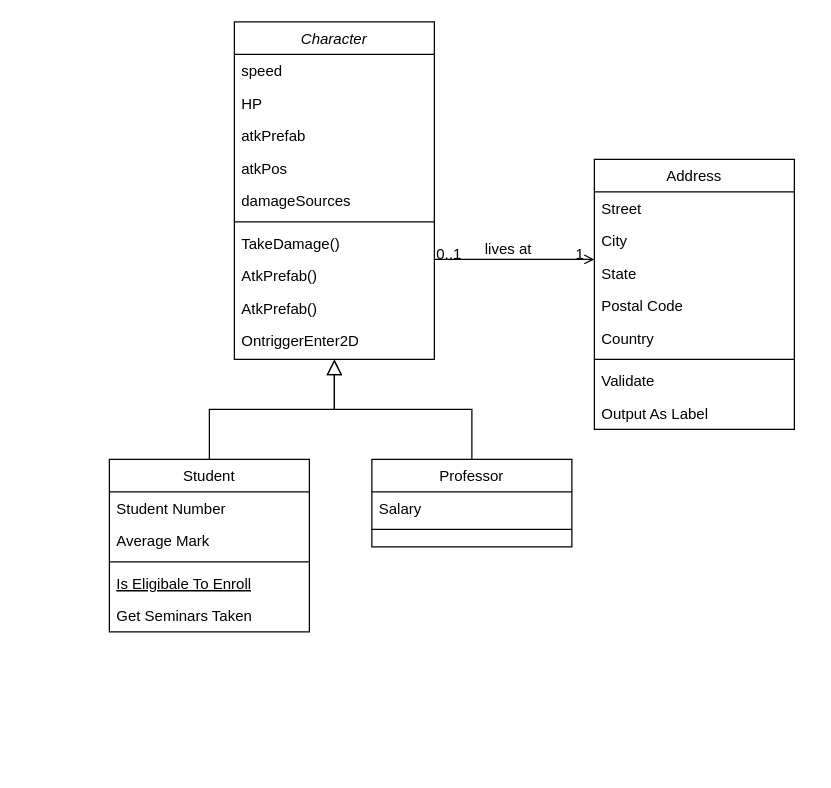
The draw.io diagram Untitled Diagram.drawio in asz3740/2DPlatformer, before the edit. Source tidied: cells renumbered, new cells numbered last; positions are measured from the earlier drawing's top-left corner, leaving out a move shared by most shapes. Both pictures are drawn from the tidied source at 125%, with x=0, y=0 at pixel (109, 21).
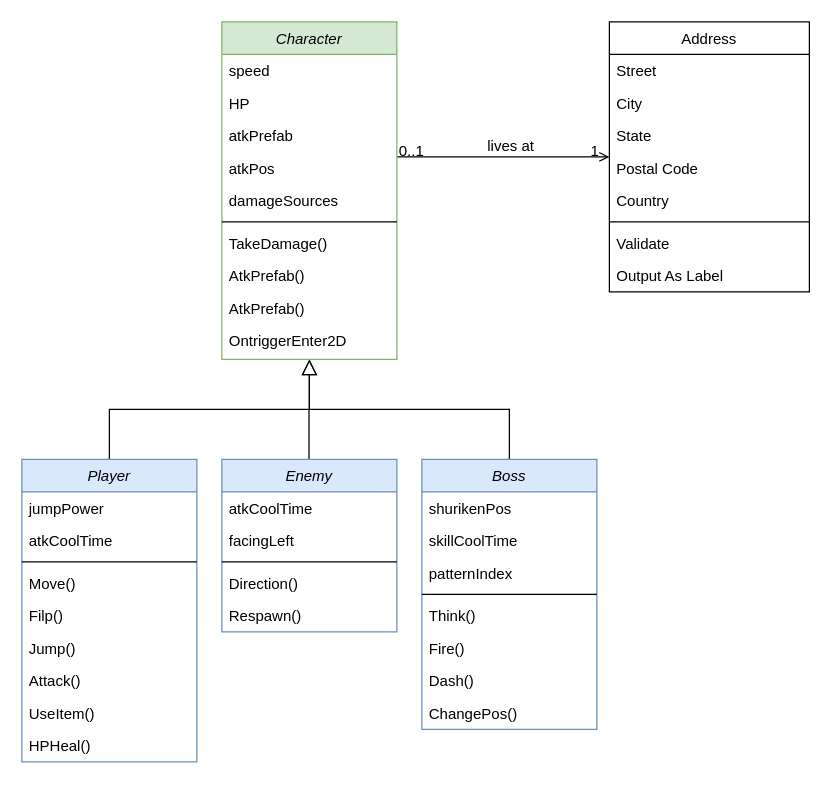
After the change.

Change to the diagram source:
```diff
@@
-    <mxCell id="2" value="Student" style="swimlane;fontStyle=0;align=center;verticalAlign=top;horizontal=1;startSize=26;rounded=0;shadow=0;strokeWidth=1;" parent="1" vertex="1">
-      <mxGeometry y="350" width="160" height="138" as="geometry" />
-    </mxCell>
-    <mxCell id="3" value="Student Number" style="text;align=left;verticalAlign=top;spacingLeft=4;spacingRight=4;overflow=hidden;" parent="2" vertex="1">
-      <mxGeometry y="26" width="160" height="26" as="geometry" />
-    </mxCell>
-    <mxCell id="4" value="Average Mark" style="text;align=left;verticalAlign=top;spacingLeft=4;spacingRight=4;overflow=hidden;rounded=0;shadow=0;html=0;" parent="2" vertex="1">
-      <mxGeometry y="52" width="160" height="26" as="geometry" />
-    </mxCell>
-    <mxCell id="5" style="line;html=1;strokeWidth=1;align=left;verticalAlign=middle;spacingTop=-1;spacingLeft=3;spacingRight=3;labelPosition=right;" parent="2" vertex="1">
-      <mxGeometry y="78" width="160" height="8" as="geometry" />
-    </mxCell>
-    <mxCell id="6" value="Is Eligibale To Enroll" style="text;align=left;verticalAlign=top;spacingLeft=4;spacingRight=4;overflow=hidden;fontStyle=4;" parent="2" vertex="1">
-      <mxGeometry y="86" width="160" height="26" as="geometry" />
-    </mxCell>
-    <mxCell id="7" value="Get Seminars Taken" style="text;align=left;verticalAlign=top;spacingLeft=4;spacingRight=4;overflow=hidden;" parent="2" vertex="1">
-      <mxGeometry y="112" width="160" height="26" as="geometry" />
-    </mxCell>
-    <mxCell id="8" style="endArrow=block;endSize=10;endFill=0;shadow=0;strokeWidth=1;rounded=0;edgeStyle=elbowEdgeStyle;elbow=vertical;" parent="1" edge="1" source="2" target="26">
-      <mxGeometry relative="1" as="geometry" />
+    <mxCell id="8" style="endArrow=block;endSize=10;endFill=0;shadow=0;strokeWidth=1;rounded=0;edgeStyle=elbowEdgeStyle;elbow=vertical;" parent="1" edge="1" source="45" target="26">
+      <mxGeometry relative="1" as="geometry">
+        <Array as="points">
+          <mxPoint y="310" />
+          <mxPoint x="10" y="310" />
+          <mxPoint x="5" y="310" />
+          <mxPoint x="5" y="320" />
+          <mxPoint y="310" />
+          <mxPoint x="165" y="310" />
+          <mxPoint x="165" y="300" />
+          <mxPoint x="180" y="310" />
+        </Array>
+      </mxGeometry>
     </mxCell>
-    <mxCell id="9" value="Professor" style="swimlane;fontStyle=0;align=center;verticalAlign=top;horizontal=1;startSize=26;rounded=0;shadow=0;strokeWidth=1;" parent="1" vertex="1">
-      <mxGeometry x="210" y="350" width="160" height="70" as="geometry" />
-    </mxCell>
-    <mxCell id="10" value="Salary" style="text;align=left;verticalAlign=top;spacingLeft=4;spacingRight=4;overflow=hidden;" parent="9" vertex="1">
-      <mxGeometry y="26" width="160" height="26" as="geometry" />
-    </mxCell>
-    <mxCell id="11" style="line;html=1;strokeWidth=1;align=left;verticalAlign=middle;spacingTop=-1;spacingLeft=3;spacingRight=3;labelPosition=right;" parent="9" vertex="1">
-      <mxGeometry y="52" width="160" height="8" as="geometry" />
-    </mxCell>
-    <mxCell id="12" style="endArrow=block;endSize=10;endFill=0;shadow=0;strokeWidth=1;rounded=0;edgeStyle=elbowEdgeStyle;elbow=vertical;" parent="1" edge="1" source="9" target="26">
-      <mxGeometry relative="1" as="geometry" />
+    <mxCell id="12" style="endArrow=block;endSize=10;endFill=0;shadow=0;strokeWidth=1;rounded=0;edgeStyle=elbowEdgeStyle;elbow=vertical;exitX=0.5;exitY=0;exitDx=0;exitDy=0;" parent="1" edge="1" source="55" target="26">
+      <mxGeometry relative="1" as="geometry">
+        <Array as="points">
+          <mxPoint x="340" y="310" />
+          <mxPoint x="340" y="310" />
+          <mxPoint x="320" y="310" />
+          <mxPoint x="320" y="310" />
+          <mxPoint x="300" y="310" />
+          <mxPoint x="380" y="310" />
+          <mxPoint x="380" y="310" />
+          <mxPoint x="290" y="310" />
+          <mxPoint x="380" y="310" />
+          <mxPoint x="350" y="310" />
+          <mxPoint x="310" y="310" />
+          <mxPoint x="343" y="310" />
+        </Array>
+      </mxGeometry>
     </mxCell>
+    <mxCell id="22" style="endArrow=open;shadow=0;strokeWidth=1;rounded=0;endFill=1;edgeStyle=elbowEdgeStyle;elbow=vertical;" parent="1" edge="1" source="26" target="13">
+      <mxGeometry x="0.5" y="41" relative="1" as="geometry">
+        <mxPoint x="-40" y="32" as="offset" />
+      </mxGeometry>
+    </mxCell>
+    <mxCell id="23" value="0..1" style="align=left;verticalAlign=bottom;labelBackgroundColor=none;fontSize=12;" parent="22" vertex="1">
+      <mxGeometry x="-1" relative="1" as="geometry">
+        <mxPoint y="4" as="offset" />
+      </mxGeometry>
+    </mxCell>
+    <mxCell id="24" value="1" style="align=right;verticalAlign=bottom;labelBackgroundColor=none;fontSize=12;" parent="22" vertex="1">
+      <mxGeometry x="1" relative="1" as="geometry">
+        <mxPoint x="-7" y="4" as="offset" />
+      </mxGeometry>
+    </mxCell>
+    <mxCell id="25" value="lives at" style="text;html=1;align=center;verticalAlign=middle;labelBackgroundColor=none;rounded=0;shadow=0;strokeWidth=1;fontSize=12;" parent="22" vertex="1">
+      <mxGeometry x="0.5" y="49" relative="1" as="geometry">
+        <mxPoint x="-38" y="40" as="offset" />
+      </mxGeometry>
+    </mxCell>
     <mxCell id="13" value="Address" style="swimlane;fontStyle=0;align=center;verticalAlign=top;horizontal=1;startSize=26;rounded=0;shadow=0;strokeWidth=1;" parent="1" vertex="1">
-      <mxGeometry x="388" y="110" width="160" height="216" as="geometry" />
+      <mxGeometry x="400" width="160" height="216" as="geometry" />
     </mxCell>
@@
-    <mxCell id="22" style="endArrow=open;shadow=0;strokeWidth=1;rounded=0;endFill=1;edgeStyle=elbowEdgeStyle;elbow=vertical;" parent="1" edge="1" source="26" target="13">
-      <mxGeometry x="0.5" y="41" relative="1" as="geometry">
-        <mxPoint x="-40" y="32" as="offset" />
-      </mxGeometry>
-    </mxCell>
-    <mxCell id="23" value="0..1" style="align=left;verticalAlign=bottom;labelBackgroundColor=none;fontSize=12;" parent="22" vertex="1">
-      <mxGeometry x="-1" relative="1" as="geometry">
-        <mxPoint y="4" as="offset" />
-      </mxGeometry>
-    </mxCell>
-    <mxCell id="24" value="1" style="align=right;verticalAlign=bottom;labelBackgroundColor=none;fontSize=12;" parent="22" vertex="1">
-      <mxGeometry x="1" relative="1" as="geometry">
-        <mxPoint x="-7" y="4" as="offset" />
-      </mxGeometry>
-    </mxCell>
-    <mxCell id="25" value="lives at" style="text;html=1;align=center;verticalAlign=middle;labelBackgroundColor=none;rounded=0;shadow=0;strokeWidth=1;fontSize=12;" parent="22" vertex="1">
-      <mxGeometry x="0.5" y="49" relative="1" as="geometry">
-        <mxPoint x="-38" y="40" as="offset" />
-      </mxGeometry>
-    </mxCell>
+    <mxCell id="37" style="endArrow=none;html=1;" parent="1" edge="1">
+      <mxGeometry relative="1" as="geometry">
+        <mxPoint x="159.7" y="350" as="sourcePoint" />
+        <mxPoint x="159.7" y="310" as="targetPoint" />
+      </mxGeometry>
+    </mxCell>
-    <mxCell id="26" value="Character" style="swimlane;fontStyle=2;align=center;verticalAlign=top;horizontal=1;startSize=26;rounded=0;shadow=0;strokeWidth=1;" parent="1" vertex="1">
-      <mxGeometry x="100" width="160" height="270" as="geometry" />
+    <mxCell id="26" value="Character" style="swimlane;fontStyle=2;align=center;verticalAlign=top;horizontal=1;startSize=26;rounded=0;shadow=0;strokeWidth=1;fillColor=#d5e8d4;strokeColor=#82b366;" parent="1" vertex="1">
+      <mxGeometry x="90" width="140" height="270" as="geometry" />
     </mxCell>
     <mxCell id="27" value="speed" style="text;align=left;verticalAlign=top;spacingLeft=4;spacingRight=4;overflow=hidden;" parent="26" vertex="1">
-      <mxGeometry y="26" width="160" height="26" as="geometry" />
+      <mxGeometry y="26" width="140" height="26" as="geometry" />
     </mxCell>
     <mxCell id="28" value="HP" style="text;align=left;verticalAlign=top;spacingLeft=4;spacingRight=4;overflow=hidden;rounded=0;shadow=0;html=0;" parent="26" vertex="1">
-      <mxGeometry y="52" width="160" height="26" as="geometry" />
+      <mxGeometry y="52" width="140" height="26" as="geometry" />
     </mxCell>
     <mxCell id="29" value="atkPrefab" style="text;align=left;verticalAlign=top;spacingLeft=4;spacingRight=4;overflow=hidden;rounded=0;shadow=0;html=0;" parent="26" vertex="1">
-      <mxGeometry y="78" width="160" height="26" as="geometry" />
+      <mxGeometry y="78" width="140" height="26" as="geometry" />
     </mxCell>
     <mxCell id="30" value="atkPos&#10;" style="text;align=left;verticalAlign=top;spacingLeft=4;spacingRight=4;overflow=hidden;" parent="26" vertex="1">
-      <mxGeometry y="104" width="160" height="26" as="geometry" />
+      <mxGeometry y="104" width="140" height="26" as="geometry" />
     </mxCell>
     <mxCell id="31" value="damageSources" style="text;align=left;verticalAlign=top;spacingLeft=4;spacingRight=4;overflow=hidden;" parent="26" vertex="1">
-      <mxGeometry y="130" width="160" height="26" as="geometry" />
+      <mxGeometry y="130" width="140" height="26" as="geometry" />
     </mxCell>
     <mxCell id="32" style="line;html=1;strokeWidth=1;align=left;verticalAlign=middle;spacingTop=-1;spacingLeft=3;spacingRight=3;labelPosition=right;" parent="26" vertex="1">
-      <mxGeometry y="156" width="160" height="8" as="geometry" />
+      <mxGeometry y="156" width="140" height="8" as="geometry" />
     </mxCell>
     <mxCell id="33" value="TakeDamage()" style="text;align=left;verticalAlign=top;spacingLeft=4;spacingRight=4;overflow=hidden;" parent="26" vertex="1">
-      <mxGeometry y="164" width="160" height="26" as="geometry" />
+      <mxGeometry y="164" width="140" height="26" as="geometry" />
     </mxCell>
     <mxCell id="34" value="AtkPrefab()" style="text;align=left;verticalAlign=top;spacingLeft=4;spacingRight=4;overflow=hidden;points=[[0,0.5],[1,0.5]];portConstraint=eastwest;" parent="26" vertex="1">
-      <mxGeometry y="190" width="160" height="26" as="geometry" />
+      <mxGeometry y="190" width="140" height="26" as="geometry" />
     </mxCell>
     <mxCell id="35" value="AtkPrefab()" style="text;align=left;verticalAlign=top;spacingLeft=4;spacingRight=4;overflow=hidden;" parent="26" vertex="1">
-      <mxGeometry y="216" width="160" height="26" as="geometry" />
+      <mxGeometry y="216" width="140" height="26" as="geometry" />
     </mxCell>
     <mxCell id="36" value="OntriggerEnter2D" style="text;align=left;verticalAlign=top;spacingLeft=4;spacingRight=4;overflow=hidden;" parent="26" vertex="1">
-      <mxGeometry y="242" width="160" height="26" as="geometry" />
+      <mxGeometry y="242" width="140" height="26" as="geometry" />
     </mxCell>
+    <mxCell id="38" style="edgeStyle=orthogonalEdgeStyle;rounded=0;orthogonalLoop=1;jettySize=auto;html=1;exitX=1;exitY=0.5;exitDx=0;exitDy=0;" parent="26" edge="1" source="34" target="34">
+      <mxGeometry relative="1" as="geometry" />
+    </mxCell>
+    <mxCell id="39" value="Enemy" style="swimlane;fontStyle=2;align=center;verticalAlign=top;horizontal=1;startSize=26;rounded=0;shadow=0;strokeWidth=1;fillColor=#dae8fc;strokeColor=#6c8ebf;" parent="1" vertex="1">
+      <mxGeometry x="90" y="350" width="140" height="138" as="geometry" />
+    </mxCell>
+    <mxCell id="40" value="atkCoolTime" style="text;align=left;verticalAlign=top;spacingLeft=4;spacingRight=4;overflow=hidden;" parent="39" vertex="1">
+      <mxGeometry y="26" width="140" height="26" as="geometry" />
+    </mxCell>
+    <mxCell id="41" value="facingLeft" style="text;align=left;verticalAlign=top;spacingLeft=4;spacingRight=4;overflow=hidden;rounded=0;shadow=0;html=0;" parent="39" vertex="1">
+      <mxGeometry y="52" width="140" height="26" as="geometry" />
+    </mxCell>
+    <mxCell id="42" style="line;html=1;strokeWidth=1;align=left;verticalAlign=middle;spacingTop=-1;spacingLeft=3;spacingRight=3;labelPosition=right;" parent="39" vertex="1">
+      <mxGeometry y="78" width="140" height="8" as="geometry" />
+    </mxCell>
+    <mxCell id="43" value="Direction()" style="text;align=left;verticalAlign=top;spacingLeft=4;spacingRight=4;overflow=hidden;" parent="39" vertex="1">
+      <mxGeometry y="86" width="140" height="26" as="geometry" />
+    </mxCell>
+    <mxCell id="44" value="Respawn()" style="text;align=left;verticalAlign=top;spacingLeft=4;spacingRight=4;overflow=hidden;" parent="39" vertex="1">
+      <mxGeometry y="112" width="140" height="26" as="geometry" />
+    </mxCell>
+    <mxCell id="45" value="Player" style="swimlane;fontStyle=2;align=center;verticalAlign=top;horizontal=1;startSize=26;rounded=0;shadow=0;strokeWidth=1;fillColor=#dae8fc;strokeColor=#6c8ebf;" parent="1" vertex="1">
+      <mxGeometry x="-70" y="350" width="140" height="242" as="geometry" />
+    </mxCell>
+    <mxCell id="46" value="jumpPower" style="text;align=left;verticalAlign=top;spacingLeft=4;spacingRight=4;overflow=hidden;" parent="45" vertex="1">
+      <mxGeometry y="26" width="140" height="26" as="geometry" />
+    </mxCell>
+    <mxCell id="47" value="atkCoolTime" style="text;align=left;verticalAlign=top;spacingLeft=4;spacingRight=4;overflow=hidden;rounded=0;shadow=0;html=0;" parent="45" vertex="1">
+      <mxGeometry y="52" width="140" height="26" as="geometry" />
+    </mxCell>
+    <mxCell id="48" style="line;html=1;strokeWidth=1;align=left;verticalAlign=middle;spacingTop=-1;spacingLeft=3;spacingRight=3;labelPosition=right;" parent="45" vertex="1">
+      <mxGeometry y="78" width="140" height="8" as="geometry" />
+    </mxCell>
+    <mxCell id="49" value="Move()" style="text;align=left;verticalAlign=top;spacingLeft=4;spacingRight=4;overflow=hidden;" parent="45" vertex="1">
+      <mxGeometry y="86" width="140" height="26" as="geometry" />
+    </mxCell>
+    <mxCell id="50" value="Filp()" style="text;align=left;verticalAlign=top;spacingLeft=4;spacingRight=4;overflow=hidden;" parent="45" vertex="1">
+      <mxGeometry y="112" width="140" height="26" as="geometry" />
+    </mxCell>
+    <mxCell id="51" value="Jump()" style="text;align=left;verticalAlign=top;spacingLeft=4;spacingRight=4;overflow=hidden;" parent="45" vertex="1">
+      <mxGeometry y="138" width="140" height="26" as="geometry" />
+    </mxCell>
+    <mxCell id="52" value="Attack()" style="text;align=left;verticalAlign=top;spacingLeft=4;spacingRight=4;overflow=hidden;" parent="45" vertex="1">
+      <mxGeometry y="164" width="140" height="26" as="geometry" />
+    </mxCell>
+    <mxCell id="53" value="UseItem()" style="text;align=left;verticalAlign=top;spacingLeft=4;spacingRight=4;overflow=hidden;" parent="45" vertex="1">
+      <mxGeometry y="190" width="140" height="26" as="geometry" />
+    </mxCell>
+    <mxCell id="54" value="HPHeal()" style="text;align=left;verticalAlign=top;spacingLeft=4;spacingRight=4;overflow=hidden;" parent="45" vertex="1">
+      <mxGeometry y="216" width="140" height="26" as="geometry" />
+    </mxCell>
+    <mxCell id="55" value="Boss" style="swimlane;fontStyle=2;align=center;verticalAlign=top;horizontal=1;startSize=26;rounded=0;shadow=0;strokeWidth=1;fillColor=#dae8fc;strokeColor=#6c8ebf;" parent="1" vertex="1">
+      <mxGeometry x="250" y="350" width="140" height="216" as="geometry" />
+    </mxCell>
+    <mxCell id="56" value="shurikenPos" style="text;align=left;verticalAlign=top;spacingLeft=4;spacingRight=4;overflow=hidden;" parent="55" vertex="1">
+      <mxGeometry y="26" width="140" height="26" as="geometry" />
+    </mxCell>
+    <mxCell id="57" value="skillCoolTime" style="text;align=left;verticalAlign=top;spacingLeft=4;spacingRight=4;overflow=hidden;rounded=0;shadow=0;html=0;" parent="55" vertex="1">
+      <mxGeometry y="52" width="140" height="26" as="geometry" />
+    </mxCell>
+    <mxCell id="58" value="patternIndex" style="text;align=left;verticalAlign=top;spacingLeft=4;spacingRight=4;overflow=hidden;" parent="55" vertex="1">
+      <mxGeometry y="78" width="140" height="26" as="geometry" />
+    </mxCell>
+    <mxCell id="59" style="line;html=1;strokeWidth=1;align=left;verticalAlign=middle;spacingTop=-1;spacingLeft=3;spacingRight=3;labelPosition=right;" parent="55" vertex="1">
+      <mxGeometry y="104" width="140" height="8" as="geometry" />
+    </mxCell>
+    <mxCell id="60" value="Think()" style="text;align=left;verticalAlign=top;spacingLeft=4;spacingRight=4;overflow=hidden;" parent="55" vertex="1">
+      <mxGeometry y="112" width="140" height="26" as="geometry" />
+    </mxCell>
+    <mxCell id="61" value="Fire()" style="text;align=left;verticalAlign=top;spacingLeft=4;spacingRight=4;overflow=hidden;" parent="55" vertex="1">
+      <mxGeometry y="138" width="140" height="26" as="geometry" />
+    </mxCell>
+    <mxCell id="62" value="Dash()" style="text;align=left;verticalAlign=top;spacingLeft=4;spacingRight=4;overflow=hidden;" parent="55" vertex="1">
+      <mxGeometry y="164" width="140" height="26" as="geometry" />
+    </mxCell>
+    <mxCell id="63" value="ChangePos()" style="text;align=left;verticalAlign=top;spacingLeft=4;spacingRight=4;overflow=hidden;" parent="55" vertex="1">
+      <mxGeometry y="190" width="140" height="26" as="geometry" />
+    </mxCell>
```
